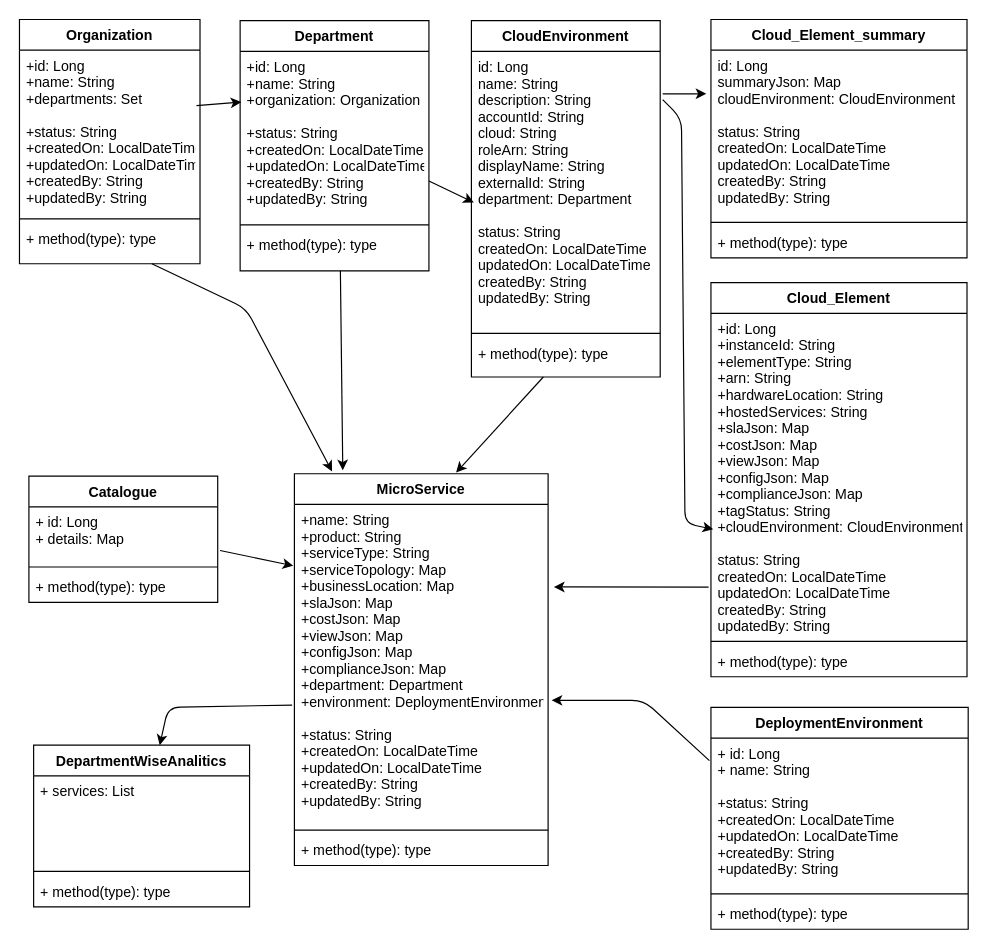
Earlier version of the draw.io diagram page "AssetManagerClass" (1 of 13) of LayeredArchitecture.drawio (ptrsoft/ptr-architectures-doc). Source tidied: cells renumbered, new cells numbered last; positions are measured from the earlier drawing's top-left corner, leaving out a move shared by most shapes. Both pictures are drawn from the tidied source at 118%, with x=0, y=0 at pixel (19, 19).
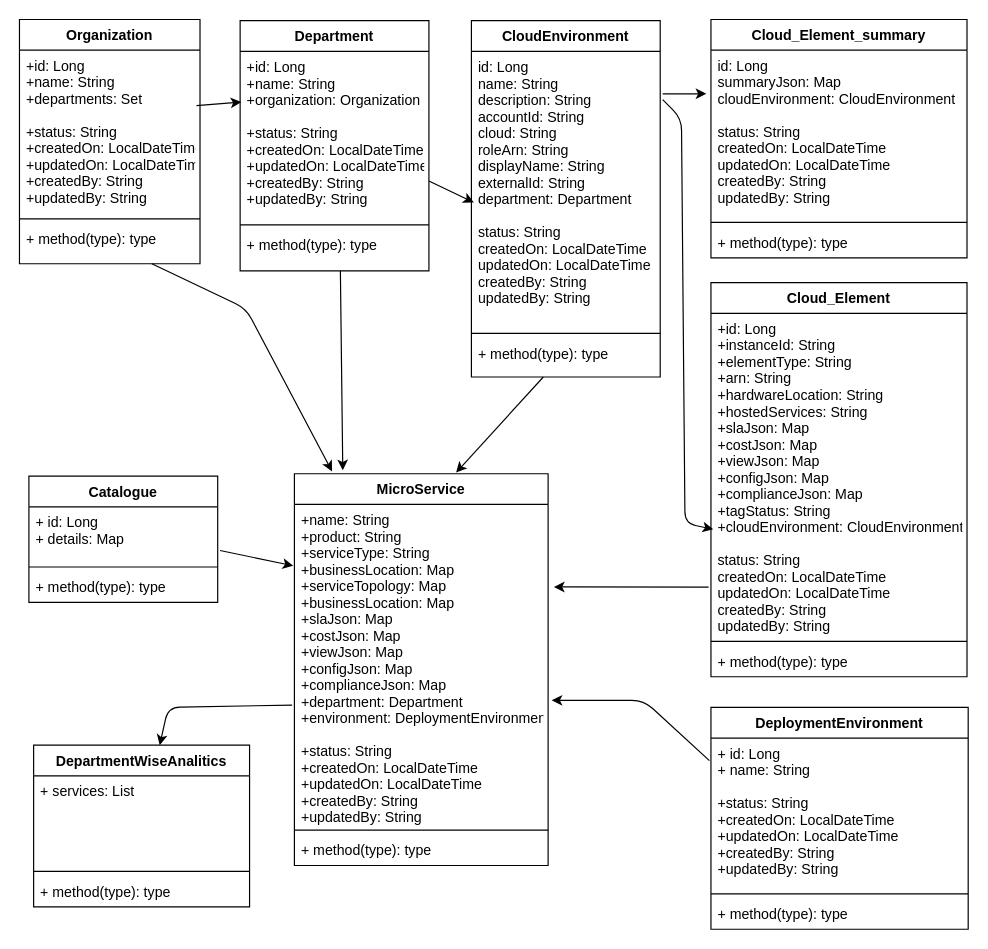
The same diagram, later.

The change refers to these unchanged cells:
```xml
<mxCell id="45" value="MicroService" style="swimlane;fontStyle=1;align=center;verticalAlign=top;horizontal=1;startSize=26;" parent="1" vertex="1">
  <mxGeometry x="233" y="385" width="215" height="332" as="geometry" />
</mxCell>
```

Change to the diagram source:
```diff
@@
-    <mxCell id="46" value="+name: String&#10;+product: String&#10;+serviceType: String&#10;+serviceTopology: Map&#10;+businessLocation: Map&#10;+slaJson: Map&#10;+costJson: Map&#10;+viewJson: Map&#10;+configJson: Map&#10;+complianceJson: Map&#10;+department: Department&#10;+environment: DeploymentEnvironment&#10;&#10;+status: String&#10;+createdOn: LocalDateTime&#10;+updatedOn: LocalDateTime&#10;+createdBy: String&#10;+updatedBy: String&#10;" style="text;strokeColor=none;fillColor=none;align=left;verticalAlign=top;spacingLeft=4;spacingRight=4;overflow=hidden;points=[[0,0.5],[1,0.5]];portConstraint=eastwest;" parent="45" vertex="1">
+    <mxCell id="46" value="+name: String&#10;+product: String&#10;+serviceType: String&#10;+businessLocation: Map&#10;+serviceTopology: Map&#10;+businessLocation: Map&#10;+slaJson: Map&#10;+costJson: Map&#10;+viewJson: Map&#10;+configJson: Map&#10;+complianceJson: Map&#10;+department: Department&#10;+environment: DeploymentEnvironment&#10;&#10;+status: String&#10;+createdOn: LocalDateTime&#10;+updatedOn: LocalDateTime&#10;+createdBy: String&#10;+updatedBy: String&#10;" style="text;strokeColor=none;fillColor=none;align=left;verticalAlign=top;spacingLeft=4;spacingRight=4;overflow=hidden;points=[[0,0.5],[1,0.5]];portConstraint=eastwest;" parent="45" vertex="1">
       <mxGeometry y="26" width="215" height="272" as="geometry" />
     </mxCell>
```
